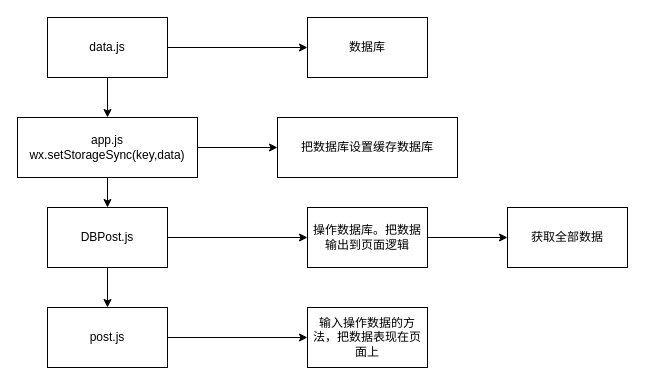
MoNaiZi/draw.io keeps this draw.io diagram as 小程序/数据库数据传递图.drawio. Above is the earlier version. Source tidied: cells renumbered, new cells numbered last; positions are measured from the earlier drawing's top-left corner, leaving out a move shared by most shapes. Both pictures are drawn from the tidied source at 100%, with x=0, y=0 at pixel (17, 17).
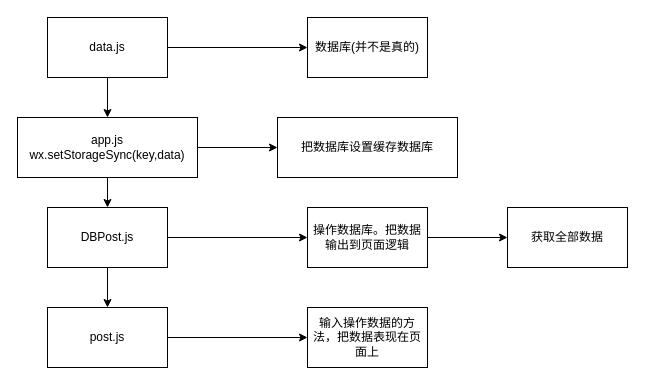
After the change.

Commit message:
更新数据库数据传递图.drawio

Diff of the diagram source:
```diff
@@
 <mxGraphModel>
   <root>
     <mxCell id="0" />
     <mxCell id="1" parent="0" />
     <mxCell id="2" style="edgeStyle=orthogonalEdgeStyle;rounded=0;jettySize=auto;html=1;" parent="1" edge="1" source="4" target="17">
       <mxGeometry relative="1" as="geometry" />
     </mxCell>
     <mxCell id="3" style="edgeStyle=orthogonalEdgeStyle;rounded=0;jettySize=auto;html=1;" parent="1" edge="1" source="4" target="5">
       <mxGeometry relative="1" as="geometry" />
     </mxCell>
     <mxCell id="4" value="data.js&lt;br&gt;" style="rounded=0;whiteSpace=wrap;html=1;" parent="1" vertex="1">
       <mxGeometry x="30" width="120" height="60" as="geometry" />
     </mxCell>
-    <mxCell id="5" value="数据库" style="rounded=0;whiteSpace=wrap;html=1;" parent="1" vertex="1">
+    <mxCell id="5" value="数据库(并不是真的)" style="rounded=0;whiteSpace=wrap;html=1;" parent="1" vertex="1">
       <mxGeometry x="290" width="120" height="60" as="geometry" />
     </mxCell>
     <mxCell id="6" style="edgeStyle=orthogonalEdgeStyle;rounded=0;jettySize=auto;html=1;" parent="1" edge="1" source="8" target="13">
       <mxGeometry relative="1" as="geometry" />
     </mxCell>
     <mxCell id="7" style="edgeStyle=orthogonalEdgeStyle;rounded=0;jettySize=auto;html=1;" parent="1" edge="1" source="8" target="10">
       <mxGeometry relative="1" as="geometry" />
     </mxCell>
     <mxCell id="8" value="DBPost.js" style="rounded=0;whiteSpace=wrap;html=1;" parent="1" vertex="1">
       <mxGeometry x="30" y="190" width="120" height="60" as="geometry" />
     </mxCell>
     <mxCell id="9" style="edgeStyle=orthogonalEdgeStyle;rounded=0;jettySize=auto;html=1;" parent="1" edge="1" source="10" target="11">
       <mxGeometry relative="1" as="geometry" />
     </mxCell>
     <mxCell id="10" value="操作数据库。把数据输出到页面逻辑" style="rounded=0;whiteSpace=wrap;html=1;" parent="1" vertex="1">
       <mxGeometry x="290" y="190" width="120" height="60" as="geometry" />
     </mxCell>
     <mxCell id="11" value="获取全部数据" style="rounded=0;whiteSpace=wrap;html=1;" parent="1" vertex="1">
       <mxGeometry x="490" y="190" width="120" height="60" as="geometry" />
     </mxCell>
     <mxCell id="12" style="edgeStyle=orthogonalEdgeStyle;rounded=0;jettySize=auto;html=1;" parent="1" edge="1" source="13" target="14">
       <mxGeometry relative="1" as="geometry" />
     </mxCell>
     <mxCell id="13" value="post.js" style="rounded=0;whiteSpace=wrap;html=1;" parent="1" vertex="1">
       <mxGeometry x="30" y="290" width="120" height="60" as="geometry" />
     </mxCell>
     <mxCell id="14" value="输入操作数据的方法，把数据表现在页面上" style="rounded=0;whiteSpace=wrap;html=1;" parent="1" vertex="1">
       <mxGeometry x="290" y="290" width="120" height="60" as="geometry" />
     </mxCell>
     <mxCell id="15" style="edgeStyle=orthogonalEdgeStyle;rounded=0;jettySize=auto;html=1;" parent="1" edge="1" source="17" target="8">
       <mxGeometry relative="1" as="geometry" />
     </mxCell>
     <mxCell id="16" style="edgeStyle=orthogonalEdgeStyle;rounded=0;jettySize=auto;html=1;" parent="1" edge="1" source="17" target="18">
       <mxGeometry relative="1" as="geometry" />
     </mxCell>
     <mxCell id="17" value="app.js&lt;br&gt;wx.setStorageSync(key,data)&lt;br&gt;" style="rounded=0;whiteSpace=wrap;html=1;" parent="1" vertex="1">
       <mxGeometry y="100" width="180" height="60" as="geometry" />
     </mxCell>
     <mxCell id="18" value="把数据库设置缓存数据库" style="rounded=0;whiteSpace=wrap;html=1;" parent="1" vertex="1">
       <mxGeometry x="260" y="100" width="180" height="60" as="geometry" />
     </mxCell>
   </root>
 </mxGraphModel>
```
